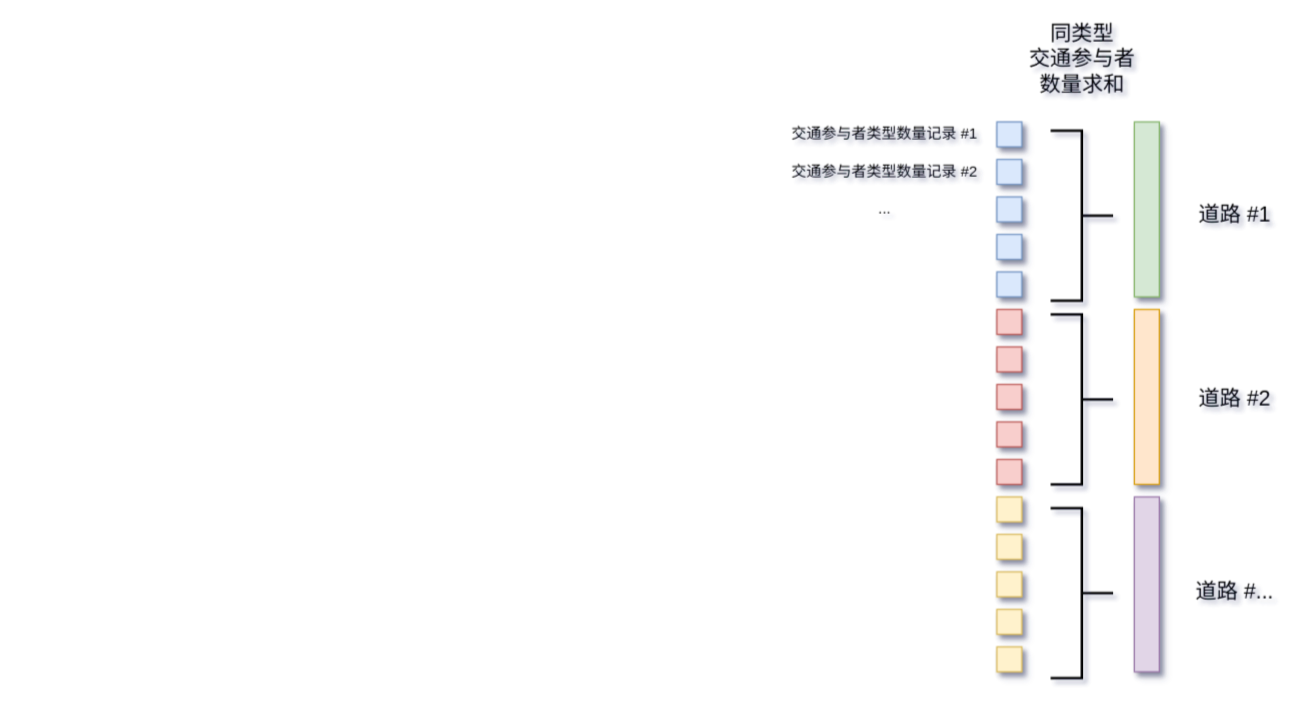
This is traffic_flow_participant.drawio from puresummersky/ML_web, a draw.io file, before an edit. Source tidied: cells renumbered, new cells numbered last; positions are measured from the earlier drawing's top-left corner, leaving out a move shared by most shapes. Both pictures are drawn from the tidied source at 125%, with x=0, y=0 at pixel (784, 28).
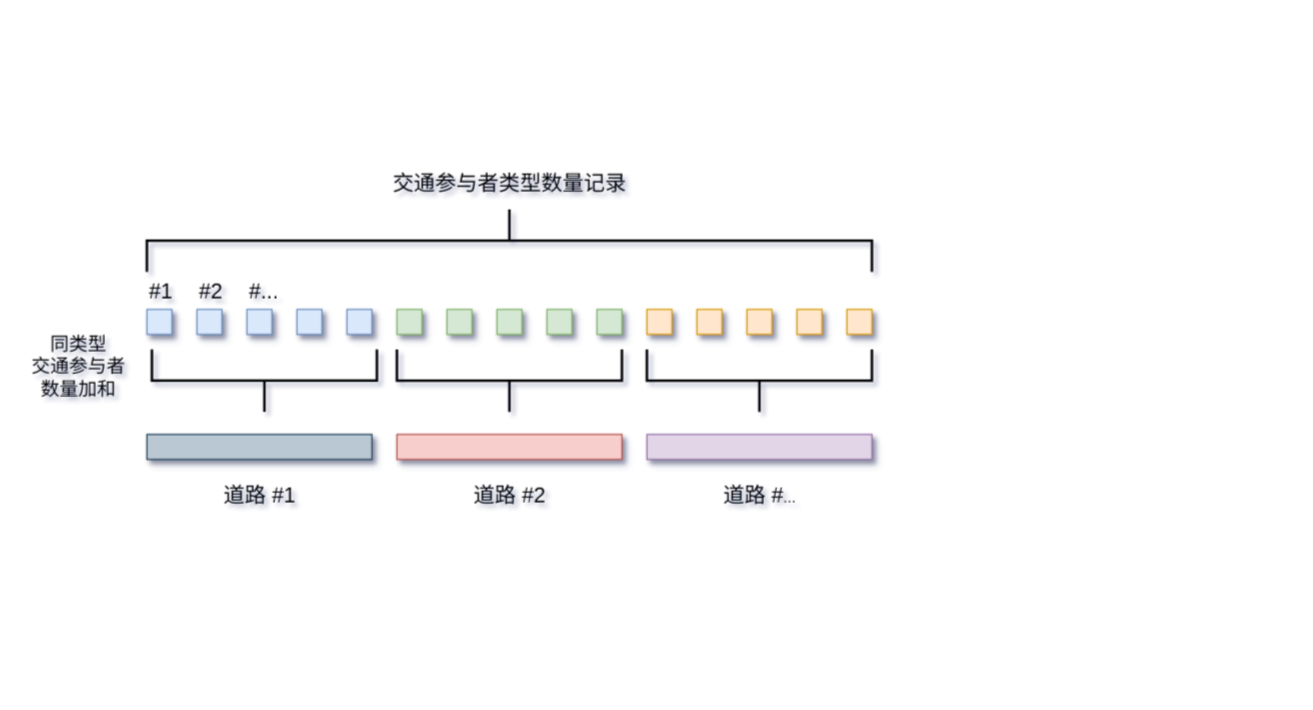
The same page after the edit.

The edit, as a diff of the source:
```diff
@@
-    <mxCell id="2" style="rounded=0;whiteSpace=wrap;html=1;fillColor=#d5e8d4;shadow=1;strokeColor=#82b366;" parent="1" vertex="1">
-      <mxGeometry x="280" y="75" width="20" height="140" as="geometry" />
-    </mxCell>
-    <mxCell id="3" style="rounded=0;whiteSpace=wrap;html=1;fillColor=#ffe6cc;shadow=1;strokeColor=#d79b00;" parent="1" vertex="1">
-      <mxGeometry x="280" y="225" width="20" height="140" as="geometry" />
-    </mxCell>
-    <mxCell id="4" style="rounded=0;whiteSpace=wrap;html=1;fillColor=#e1d5e7;shadow=1;strokeColor=#9673a6;" parent="1" vertex="1">
-      <mxGeometry x="280" y="375" width="20" height="140" as="geometry" />
-    </mxCell>
-    <mxCell id="5" style="rounded=0;whiteSpace=wrap;html=1;fillColor=#dae8fc;shadow=1;strokeColor=#6c8ebf;" parent="1" vertex="1">
-      <mxGeometry x="170" y="75" width="20" height="20" as="geometry" />
-    </mxCell>
-    <mxCell id="6" style="rounded=0;whiteSpace=wrap;html=1;fillColor=#dae8fc;shadow=1;strokeColor=#6c8ebf;" parent="1" vertex="1">
-      <mxGeometry x="170" y="105" width="20" height="20" as="geometry" />
-    </mxCell>
-    <mxCell id="7" style="rounded=0;whiteSpace=wrap;html=1;fillColor=#dae8fc;shadow=1;strokeColor=#6c8ebf;" parent="1" vertex="1">
-      <mxGeometry x="170" y="135" width="20" height="20" as="geometry" />
-    </mxCell>
-    <mxCell id="8" style="rounded=0;whiteSpace=wrap;html=1;fillColor=#dae8fc;shadow=1;strokeColor=#6c8ebf;" parent="1" vertex="1">
-      <mxGeometry x="170" y="165" width="20" height="20" as="geometry" />
-    </mxCell>
-    <mxCell id="9" style="rounded=0;whiteSpace=wrap;html=1;fillColor=#dae8fc;shadow=1;strokeColor=#6c8ebf;" parent="1" vertex="1">
-      <mxGeometry x="170" y="195" width="20" height="20" as="geometry" />
-    </mxCell>
-    <mxCell id="10" style="rounded=0;whiteSpace=wrap;html=1;fillColor=#f8cecc;shadow=1;strokeColor=#b85450;" parent="1" vertex="1">
-      <mxGeometry x="170" y="225" width="20" height="20" as="geometry" />
-    </mxCell>
-    <mxCell id="11" style="rounded=0;whiteSpace=wrap;html=1;fillColor=#f8cecc;shadow=1;strokeColor=#b85450;" parent="1" vertex="1">
-      <mxGeometry x="170" y="255" width="20" height="20" as="geometry" />
-    </mxCell>
-    <mxCell id="12" style="rounded=0;whiteSpace=wrap;html=1;fillColor=#f8cecc;shadow=1;strokeColor=#b85450;" parent="1" vertex="1">
-      <mxGeometry x="170" y="285" width="20" height="20" as="geometry" />
-    </mxCell>
-    <mxCell id="13" style="rounded=0;whiteSpace=wrap;html=1;fillColor=#f8cecc;shadow=1;strokeColor=#b85450;" parent="1" vertex="1">
-      <mxGeometry x="170" y="315" width="20" height="20" as="geometry" />
-    </mxCell>
-    <mxCell id="14" style="rounded=0;whiteSpace=wrap;html=1;fillColor=#f8cecc;shadow=1;strokeColor=#b85450;" parent="1" vertex="1">
-      <mxGeometry x="170" y="345" width="20" height="20" as="geometry" />
-    </mxCell>
-    <mxCell id="15" style="rounded=0;whiteSpace=wrap;html=1;fillColor=#fff2cc;shadow=1;strokeColor=#d6b656;" parent="1" vertex="1">
-      <mxGeometry x="170" y="375" width="20" height="20" as="geometry" />
-    </mxCell>
-    <mxCell id="16" style="rounded=0;whiteSpace=wrap;html=1;fillColor=#fff2cc;shadow=1;strokeColor=#d6b656;" parent="1" vertex="1">
-      <mxGeometry x="170" y="405" width="20" height="20" as="geometry" />
-    </mxCell>
-    <mxCell id="17" style="rounded=0;whiteSpace=wrap;html=1;fillColor=#fff2cc;shadow=1;strokeColor=#d6b656;" parent="1" vertex="1">
-      <mxGeometry x="170" y="435" width="20" height="20" as="geometry" />
-    </mxCell>
-    <mxCell id="18" style="rounded=0;whiteSpace=wrap;html=1;fillColor=#fff2cc;shadow=1;strokeColor=#d6b656;" parent="1" vertex="1">
-      <mxGeometry x="170" y="465" width="20" height="20" as="geometry" />
-    </mxCell>
-    <mxCell id="19" style="rounded=0;whiteSpace=wrap;html=1;fillColor=#fff2cc;shadow=1;strokeColor=#d6b656;" parent="1" vertex="1">
-      <mxGeometry x="170" y="495" width="20" height="20" as="geometry" />
-    </mxCell>
-    <mxCell id="20" style="strokeWidth=2;html=1;shape=mxgraph.flowchart.annotation_2;align=left;labelPosition=right;rotation=90;direction=south;" parent="1" vertex="1">
-      <mxGeometry x="170" y="125" width="136" height="50" as="geometry" />
+    <mxCell id="20" style="strokeWidth=2;html=1;shape=mxgraph.flowchart.annotation_2;align=left;labelPosition=right;rotation=-180;direction=south;" parent="1" vertex="1">
+      <mxGeometry x="-506" y="257" width="180" height="50" as="geometry" />
     </mxCell>
-    <mxCell id="21" style="strokeWidth=2;html=1;shape=mxgraph.flowchart.annotation_2;align=left;labelPosition=right;rotation=90;direction=south;" parent="1" vertex="1">
-      <mxGeometry x="170" y="272" width="136" height="50" as="geometry" />
-    </mxCell>
-    <mxCell id="22" style="strokeWidth=2;html=1;shape=mxgraph.flowchart.annotation_2;align=left;labelPosition=right;rotation=90;direction=south;" parent="1" vertex="1">
-      <mxGeometry x="170" y="427" width="136" height="50" as="geometry" />
-    </mxCell>
-    <mxCell id="23" value="交通参与者类型数量记录 #1" style="text;html=1;align=center;verticalAlign=middle;strokeColor=none;fillColor=none;" parent="1" vertex="1">
-      <mxGeometry y="75" width="160" height="20" as="geometry" />
-    </mxCell>
-    <mxCell id="24" value="交通参与者类型数量记录 #2" style="text;html=1;align=center;verticalAlign=middle;strokeColor=none;fillColor=none;" parent="1" vertex="1">
-      <mxGeometry y="105" width="160" height="20" as="geometry" />
+    <mxCell id="24" value="&lt;font style=&quot;font-size: 17px;&quot;&gt;交通参与者类型数量记录&lt;/font&gt;" style="text;html=1;align=center;verticalAlign=middle;strokeColor=none;fillColor=none;" parent="1" vertex="1">
+      <mxGeometry x="-320" y="115" width="200" height="20" as="geometry" />
     </mxCell>
-    <mxCell id="25" value="&lt;div&gt;...&lt;/div&gt;" style="text;html=1;align=center;verticalAlign=middle;strokeColor=none;fillColor=none;" parent="1" vertex="1">
-      <mxGeometry x="65" y="135" width="30" height="20" as="geometry" />
-    </mxCell>
     <mxCell id="26" value="&lt;font style=&quot;font-size: 17px;&quot;&gt;道路 #1&lt;/font&gt;" style="text;html=1;align=center;verticalAlign=middle;strokeColor=none;fillColor=none;strokeWidth=17;" parent="1" vertex="1">
-      <mxGeometry x="325" y="140" width="70" height="20" as="geometry" />
+      <mxGeometry x="-455" y="365" width="70" height="20" as="geometry" />
     </mxCell>
+    <mxCell id="30" style="rounded=0;whiteSpace=wrap;html=1;fillColor=#dae8fc;shadow=1;strokeColor=#6c8ebf;" parent="1" vertex="1">
+      <mxGeometry x="-510" y="225" width="20" height="20" as="geometry" />
+    </mxCell>
+    <mxCell id="31" style="rounded=0;whiteSpace=wrap;html=1;fillColor=#dae8fc;shadow=1;strokeColor=#6c8ebf;" parent="1" vertex="1">
+      <mxGeometry x="-470" y="225" width="20" height="20" as="geometry" />
+    </mxCell>
+    <mxCell id="32" style="rounded=0;whiteSpace=wrap;html=1;fillColor=#dae8fc;shadow=1;strokeColor=#6c8ebf;" parent="1" vertex="1">
+      <mxGeometry x="-430" y="225" width="20" height="20" as="geometry" />
+    </mxCell>
+    <mxCell id="33" style="rounded=0;whiteSpace=wrap;html=1;fillColor=#dae8fc;shadow=1;strokeColor=#6c8ebf;" parent="1" vertex="1">
+      <mxGeometry x="-390" y="225" width="20" height="20" as="geometry" />
+    </mxCell>
+    <mxCell id="34" style="rounded=0;whiteSpace=wrap;html=1;fillColor=#dae8fc;shadow=1;strokeColor=#6c8ebf;" parent="1" vertex="1">
+      <mxGeometry x="-350" y="225" width="20" height="20" as="geometry" />
+    </mxCell>
+    <mxCell id="35" style="rounded=0;whiteSpace=wrap;html=1;fillColor=#d5e8d4;shadow=1;strokeColor=#82b366;" parent="1" vertex="1">
+      <mxGeometry x="-310" y="225" width="20" height="20" as="geometry" />
+    </mxCell>
+    <mxCell id="36" style="rounded=0;whiteSpace=wrap;html=1;fillColor=#d5e8d4;shadow=1;strokeColor=#82b366;" parent="1" vertex="1">
+      <mxGeometry x="-270" y="225" width="20" height="20" as="geometry" />
+    </mxCell>
+    <mxCell id="37" style="rounded=0;whiteSpace=wrap;html=1;fillColor=#d5e8d4;shadow=1;strokeColor=#82b366;" parent="1" vertex="1">
+      <mxGeometry x="-230" y="225" width="20" height="20" as="geometry" />
+    </mxCell>
+    <mxCell id="38" style="rounded=0;whiteSpace=wrap;html=1;fillColor=#d5e8d4;shadow=1;strokeColor=#82b366;" parent="1" vertex="1">
+      <mxGeometry x="-190" y="225" width="20" height="20" as="geometry" />
+    </mxCell>
+    <mxCell id="39" style="rounded=0;whiteSpace=wrap;html=1;fillColor=#d5e8d4;shadow=1;strokeColor=#82b366;" parent="1" vertex="1">
+      <mxGeometry x="-150" y="225" width="20" height="20" as="geometry" />
+    </mxCell>
+    <mxCell id="40" style="rounded=0;whiteSpace=wrap;html=1;fillColor=#ffe6cc;shadow=1;strokeColor=#d79b00;" parent="1" vertex="1">
+      <mxGeometry x="-110" y="225" width="20" height="20" as="geometry" />
+    </mxCell>
+    <mxCell id="41" style="rounded=0;whiteSpace=wrap;html=1;fillColor=#ffe6cc;shadow=1;strokeColor=#d79b00;" parent="1" vertex="1">
+      <mxGeometry x="-70" y="225" width="20" height="20" as="geometry" />
+    </mxCell>
+    <mxCell id="42" style="rounded=0;whiteSpace=wrap;html=1;fillColor=#ffe6cc;shadow=1;strokeColor=#d79b00;" parent="1" vertex="1">
+      <mxGeometry x="-30" y="225" width="20" height="20" as="geometry" />
+    </mxCell>
+    <mxCell id="43" style="rounded=0;whiteSpace=wrap;html=1;fillColor=#ffe6cc;shadow=1;strokeColor=#d79b00;" parent="1" vertex="1">
+      <mxGeometry x="10" y="225" width="20" height="20" as="geometry" />
+    </mxCell>
+    <mxCell id="44" style="rounded=0;whiteSpace=wrap;html=1;fillColor=#ffe6cc;shadow=1;strokeColor=#d79b00;" parent="1" vertex="1">
+      <mxGeometry x="50" y="225" width="20" height="20" as="geometry" />
+    </mxCell>
+    <mxCell id="45" style="strokeWidth=2;html=1;shape=mxgraph.flowchart.annotation_2;align=left;labelPosition=right;rotation=-180;direction=south;" parent="1" vertex="1">
+      <mxGeometry x="-310" y="257" width="180" height="50" as="geometry" />
+    </mxCell>
+    <mxCell id="46" style="strokeWidth=2;html=1;shape=mxgraph.flowchart.annotation_2;align=left;labelPosition=right;rotation=-180;direction=south;" parent="1" vertex="1">
+      <mxGeometry x="-110" y="257" width="180" height="50" as="geometry" />
+    </mxCell>
+    <mxCell id="47" style="rounded=0;whiteSpace=wrap;html=1;fillColor=#bac8d3;shadow=1;strokeColor=#23445d;rotation=90;" parent="1" vertex="1">
+      <mxGeometry x="-430" y="245" width="20" height="180" as="geometry" />
+    </mxCell>
+    <mxCell id="48" style="rounded=0;whiteSpace=wrap;html=1;fillColor=#f8cecc;shadow=1;strokeColor=#b85450;rotation=90;" parent="1" vertex="1">
+      <mxGeometry x="-230" y="245" width="20" height="180" as="geometry" />
+    </mxCell>
+    <mxCell id="49" style="rounded=0;whiteSpace=wrap;html=1;fillColor=#e1d5e7;shadow=1;strokeColor=#9673a6;rotation=90;" parent="1" vertex="1">
+      <mxGeometry x="-30" y="245" width="20" height="180" as="geometry" />
+    </mxCell>
     <mxCell id="27" value="&lt;font style=&quot;font-size: 17px;&quot;&gt;道路 #2&lt;/font&gt;" style="text;html=1;align=center;verticalAlign=middle;strokeColor=none;fillColor=none;strokeWidth=17;" parent="1" vertex="1">
-      <mxGeometry x="325" y="287" width="70" height="20" as="geometry" />
+      <mxGeometry x="-255" y="365" width="70" height="20" as="geometry" />
     </mxCell>
-    <mxCell id="28" value="&lt;font style=&quot;font-size: 17px;&quot;&gt;道路 #...&lt;/font&gt;" style="text;html=1;align=center;verticalAlign=middle;strokeColor=none;fillColor=none;strokeWidth=17;" parent="1" vertex="1">
-      <mxGeometry x="320" y="442" width="80" height="20" as="geometry" />
-    </mxCell>
-    <mxCell id="29" value="&lt;div style=&quot;font-size: 17px;&quot;&gt;&lt;font style=&quot;font-size: 17px;&quot;&gt;同类型&lt;/font&gt;&lt;/div&gt;&lt;div style=&quot;font-size: 17px;&quot;&gt;&lt;font style=&quot;font-size: 17px;&quot;&gt;交通参与者&lt;/font&gt;&lt;/div&gt;&lt;div style=&quot;font-size: 17px;&quot;&gt;&lt;font style=&quot;font-size: 17px;&quot;&gt;数量求和&lt;/font&gt;&lt;/div&gt;" style="text;html=1;align=center;verticalAlign=middle;strokeColor=none;fillColor=none;strokeWidth=5;" parent="1" vertex="1">
-      <mxGeometry x="188" width="100" height="50" as="geometry" />
-    </mxCell>
+    <mxCell id="50" value="&lt;font style=&quot;font-size: 17px;&quot;&gt;道路 #&lt;/font&gt;..." style="text;html=1;align=center;verticalAlign=middle;strokeColor=none;fillColor=none;strokeWidth=17;" parent="1" vertex="1">
+      <mxGeometry x="-55" y="365" width="70" height="20" as="geometry" />
+    </mxCell>
+    <mxCell id="51" value="#1" style="text;whiteSpace=wrap;html=1;fontSize=17;" parent="1" vertex="1">
+      <mxGeometry x="-510" y="195" width="20" height="30" as="geometry" />
+    </mxCell>
+    <mxCell id="52" value="#2" style="text;whiteSpace=wrap;html=1;fontSize=17;" parent="1" vertex="1">
+      <mxGeometry x="-470" y="195" width="20" height="30" as="geometry" />
+    </mxCell>
+    <mxCell id="53" value="#..." style="text;whiteSpace=wrap;html=1;fontSize=17;" parent="1" vertex="1">
+      <mxGeometry x="-430" y="195" width="20" height="30" as="geometry" />
+    </mxCell>
+    <mxCell id="54" style="strokeWidth=2;html=1;shape=mxgraph.flowchart.annotation_2;align=left;labelPosition=right;rotation=0;direction=south;" parent="1" vertex="1">
+      <mxGeometry x="-510" y="145" width="580" height="50" as="geometry" />
+    </mxCell>
+    <mxCell id="55" value="&lt;div style=&quot;font-size: 15px;&quot;&gt;&lt;font style=&quot;font-size: 15px;&quot;&gt;同类型&lt;/font&gt;&lt;/div&gt;&lt;div style=&quot;font-size: 15px;&quot;&gt;&lt;font style=&quot;font-size: 15px;&quot;&gt;交通参与者&lt;/font&gt;&lt;font style=&quot;font-size: 15px;&quot;&gt;&lt;/font&gt;&lt;/div&gt;&lt;div style=&quot;font-size: 15px;&quot;&gt;&lt;font style=&quot;font-size: 15px;&quot;&gt;数量加和&lt;/font&gt;&lt;/div&gt;" style="text;html=1;align=center;verticalAlign=middle;strokeColor=none;fillColor=none;" parent="1" vertex="1">
+      <mxGeometry x="-610" y="245" width="90" height="50" as="geometry" />
+    </mxCell>
```
